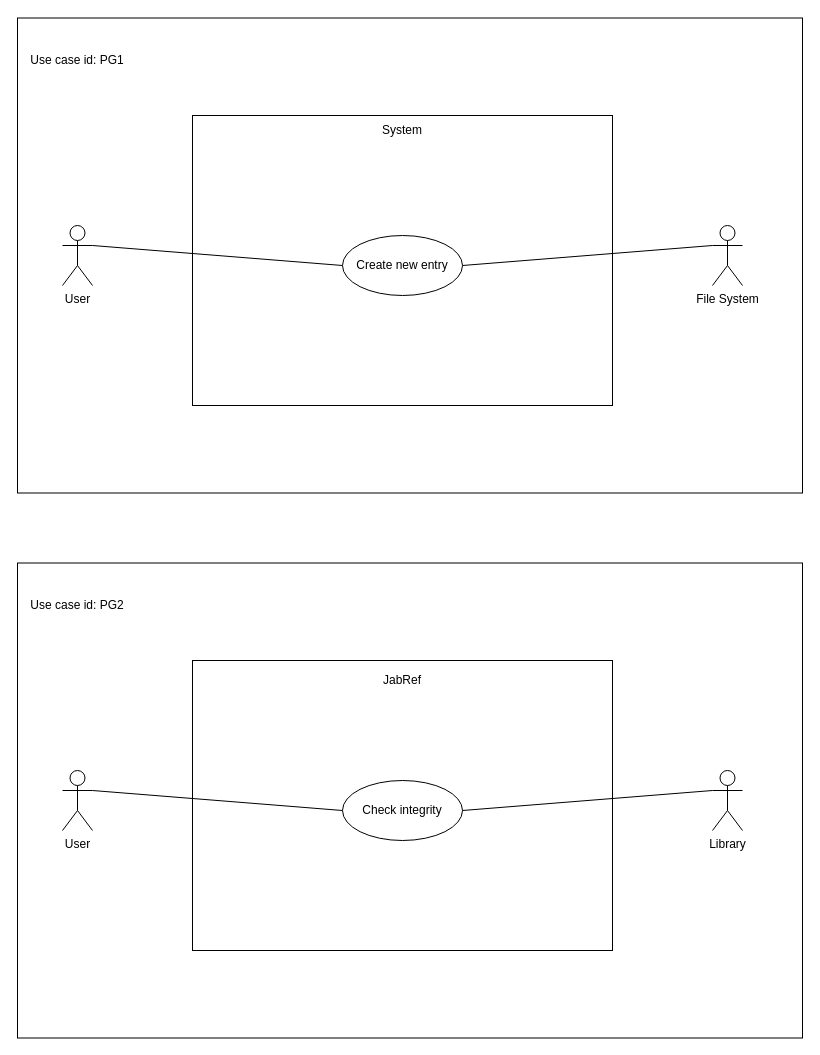
jpa-reis/SE2122-57672-58175-57957-58210-57911 keeps this draw.io diagram as project/Phase 1/Sprint1/57911_Pedro Gouveia/Use_Cases_57911.drawio. Above is the earlier version. Source tidied: cells renumbered, new cells numbered last; positions are measured from the earlier drawing's top-left corner, leaving out a move shared by most shapes. Both pictures are drawn from the tidied source at 100%, with x=0, y=0 at pixel (17, 17).
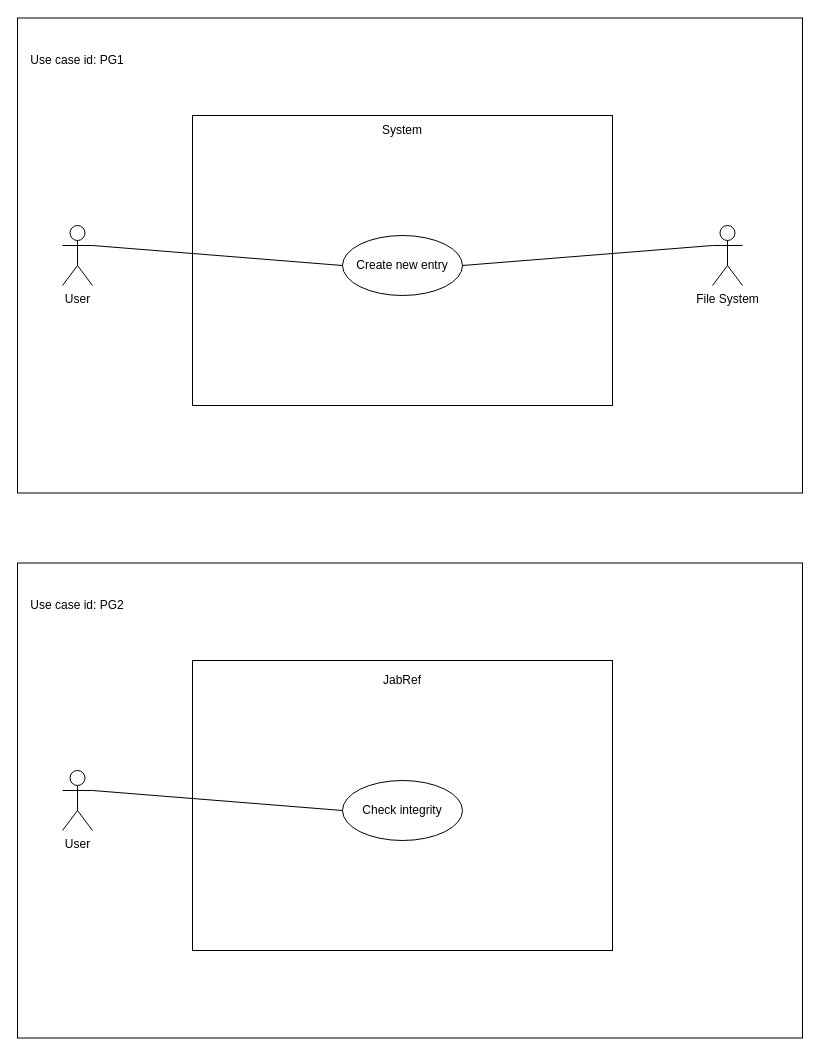
After the change.

Commit message (it also covers changes not shown here):
Corrected Use Cases Files

Diff of the diagram source:
```diff
@@
 <mxGraphModel>
   <root>
     <mxCell id="0" />
     <mxCell id="1" parent="0" />
     <mxCell id="2" style="rounded=0;whiteSpace=wrap;html=1;fillColor=none;" parent="1" vertex="1">
       <mxGeometry y="0.5" width="785" height="475" as="geometry" />
     </mxCell>
     <mxCell id="3" style="rounded=0;whiteSpace=wrap;html=1;fillColor=none;" parent="1" vertex="1">
       <mxGeometry y="545.5" width="785" height="475" as="geometry" />
     </mxCell>
     <mxCell id="4" value="User&lt;br&gt;" style="shape=umlActor;verticalLabelPosition=bottom;verticalAlign=top;html=1;outlineConnect=0;" parent="1" vertex="1">
       <mxGeometry x="45" y="208" width="30" height="60" as="geometry" />
     </mxCell>
     <mxCell id="5" value="&lt;div align=&quot;left&quot;&gt;&lt;br&gt;&lt;/div&gt;" style="rounded=0;whiteSpace=wrap;html=1;" parent="1" vertex="1">
       <mxGeometry x="175" y="98" width="420" height="290" as="geometry" />
     </mxCell>
     <mxCell id="6" value="File System&lt;br&gt;" style="shape=umlActor;verticalLabelPosition=bottom;verticalAlign=top;html=1;outlineConnect=0;" parent="1" vertex="1">
       <mxGeometry x="695" y="208" width="30" height="60" as="geometry" />
     </mxCell>
     <mxCell id="7" value="Create new entry" style="ellipse;whiteSpace=wrap;html=1;" parent="1" vertex="1">
       <mxGeometry x="325" y="218" width="120" height="60" as="geometry" />
     </mxCell>
     <mxCell id="8" style="endArrow=none;html=1;rounded=0;exitX=1;exitY=0.3333333333333333;exitDx=0;exitDy=0;exitPerimeter=0;entryX=0;entryY=0.5;entryDx=0;entryDy=0;startArrow=none;" parent="1" edge="1" source="4" target="7">
       <mxGeometry relative="1" as="geometry" />
     </mxCell>
     <mxCell id="9" style="endArrow=none;html=1;rounded=0;entryX=0;entryY=0.3333333333333333;entryDx=0;entryDy=0;entryPerimeter=0;exitX=1;exitY=0.5;exitDx=0;exitDy=0;" parent="1" edge="1" source="7" target="6">
       <mxGeometry relative="1" as="geometry" />
     </mxCell>
     <mxCell id="10" value="Use case id: PG1" style="text;html=1;strokeColor=none;fillColor=none;align=center;verticalAlign=middle;whiteSpace=wrap;rounded=0;" parent="1" vertex="1">
       <mxGeometry x="5" y="28" width="110" height="30" as="geometry" />
     </mxCell>
     <mxCell id="11" value="User&lt;br&gt;" style="shape=umlActor;verticalLabelPosition=bottom;verticalAlign=top;html=1;outlineConnect=0;" parent="1" vertex="1">
       <mxGeometry x="45" y="753" width="30" height="60" as="geometry" />
     </mxCell>
     <mxCell id="12" style="rounded=0;whiteSpace=wrap;html=1;" parent="1" vertex="1">
       <mxGeometry x="175" y="643" width="420" height="290" as="geometry" />
     </mxCell>
-    <mxCell id="13" value="Library" style="shape=umlActor;verticalLabelPosition=bottom;verticalAlign=top;html=1;outlineConnect=0;" parent="1" vertex="1">
-      <mxGeometry x="695" y="753" width="30" height="60" as="geometry" />
-    </mxCell>
     <mxCell id="14" value="Check integrity" style="ellipse;whiteSpace=wrap;html=1;" parent="1" vertex="1">
       <mxGeometry x="325" y="763" width="120" height="60" as="geometry" />
     </mxCell>
     <mxCell id="15" style="endArrow=none;html=1;rounded=0;exitX=1;exitY=0.3333333333333333;exitDx=0;exitDy=0;exitPerimeter=0;entryX=0;entryY=0.5;entryDx=0;entryDy=0;startArrow=none;" parent="1" edge="1" source="11" target="14">
       <mxGeometry relative="1" as="geometry" />
     </mxCell>
-    <mxCell id="16" style="endArrow=none;html=1;rounded=0;entryX=0;entryY=0.3333333333333333;entryDx=0;entryDy=0;entryPerimeter=0;exitX=1;exitY=0.5;exitDx=0;exitDy=0;" parent="1" edge="1" source="14" target="13">
-      <mxGeometry relative="1" as="geometry" />
-    </mxCell>
     <mxCell id="17" value="Use case id: PG2" style="text;html=1;strokeColor=none;fillColor=none;align=center;verticalAlign=middle;whiteSpace=wrap;rounded=0;" parent="1" vertex="1">
       <mxGeometry x="5" y="573" width="110" height="30" as="geometry" />
     </mxCell>
     <mxCell id="18" value="System" style="text;html=1;strokeColor=none;fillColor=none;align=center;verticalAlign=middle;whiteSpace=wrap;rounded=0;" parent="1" vertex="1">
       <mxGeometry x="355" y="98" width="60" height="30" as="geometry" />
     </mxCell>
     <mxCell id="19" value="JabRef" style="text;html=1;strokeColor=none;fillColor=none;align=center;verticalAlign=middle;whiteSpace=wrap;rounded=0;" parent="1" vertex="1">
       <mxGeometry x="355" y="648" width="60" height="30" as="geometry" />
     </mxCell>
   </root>
 </mxGraphModel>
```
